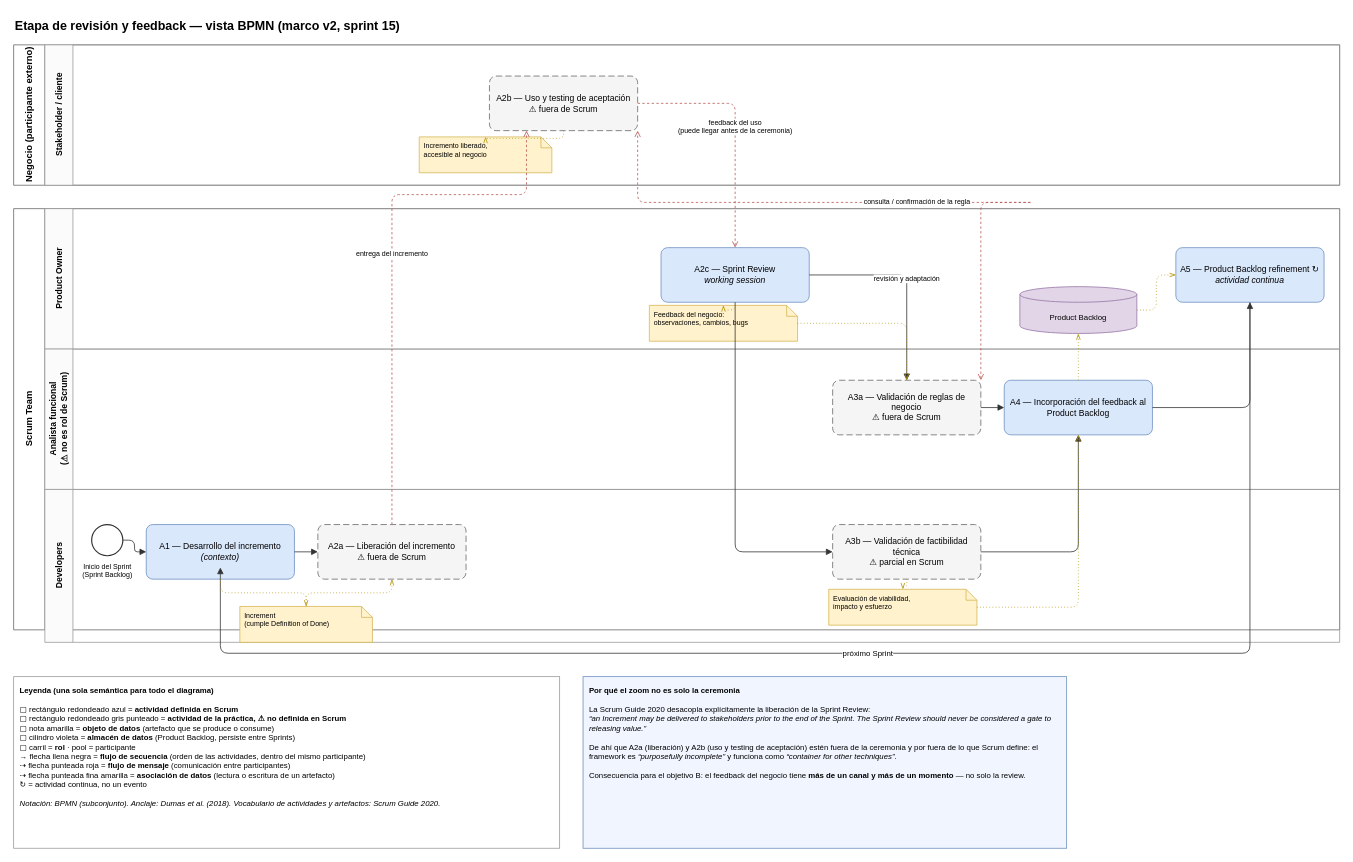
vickychappuis/Tesis keeps this draw.io diagram as sprint 15/diagramas/marco_feedback_bpmn.drawio. Above is the earlier version. Source tidied: cells renumbered, new cells numbered last; positions are measured from the earlier drawing's top-left corner, leaving out a move shared by most shapes. Both pictures are drawn from the tidied source at 78%, with x=0, y=0 at pixel (13, 13).
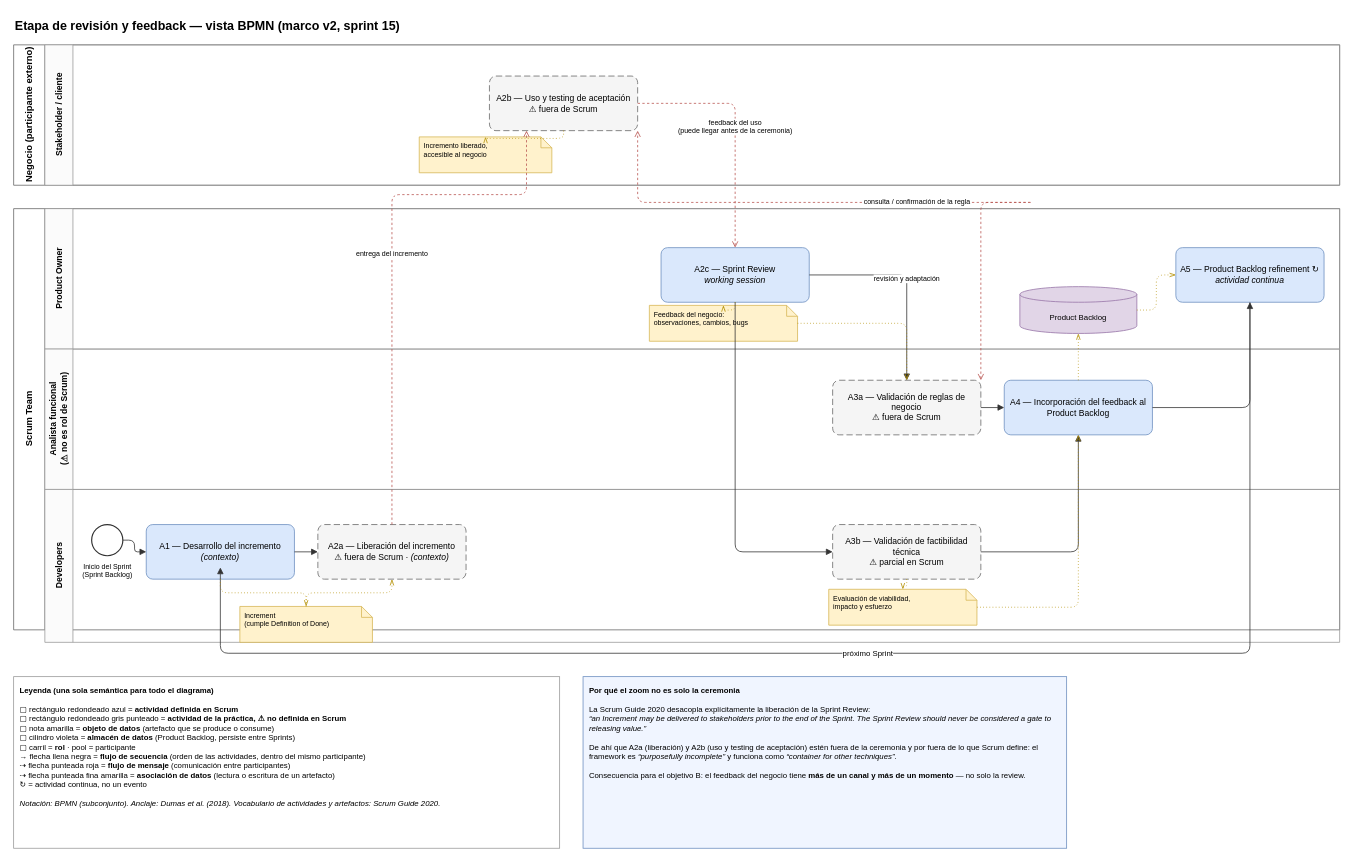
Above is the later version.

Commit message (it also covers changes not shown here):
sprint 15: mover A2a a contexto y dejar el nucleo en A2b+A2c

Diff of the diagram source:
```diff
@@
-    <mxCell id="13" value="A2a — Liberación del incremento&lt;br&gt;⚠ fuera de Scrum" style="rounded=1;arcSize=12;whiteSpace=wrap;html=1;fillColor=#F5F5F5;strokeColor=#666666;dashed=1;dashPattern=8 4;fontSize=11;" parent="1" vertex="1">
+    <mxCell id="13" value="A2a — Liberación del incremento&lt;br&gt;⚠ fuera de Scrum · &lt;i&gt;(contexto)&lt;/i&gt;" style="rounded=1;arcSize=12;whiteSpace=wrap;html=1;fillColor=#F5F5F5;strokeColor=#666666;dashed=1;dashPattern=8 4;fontSize=11;" parent="1" vertex="1">
       <mxGeometry x="390" y="655" width="190" height="70" as="geometry" />
     </mxCell>
```
